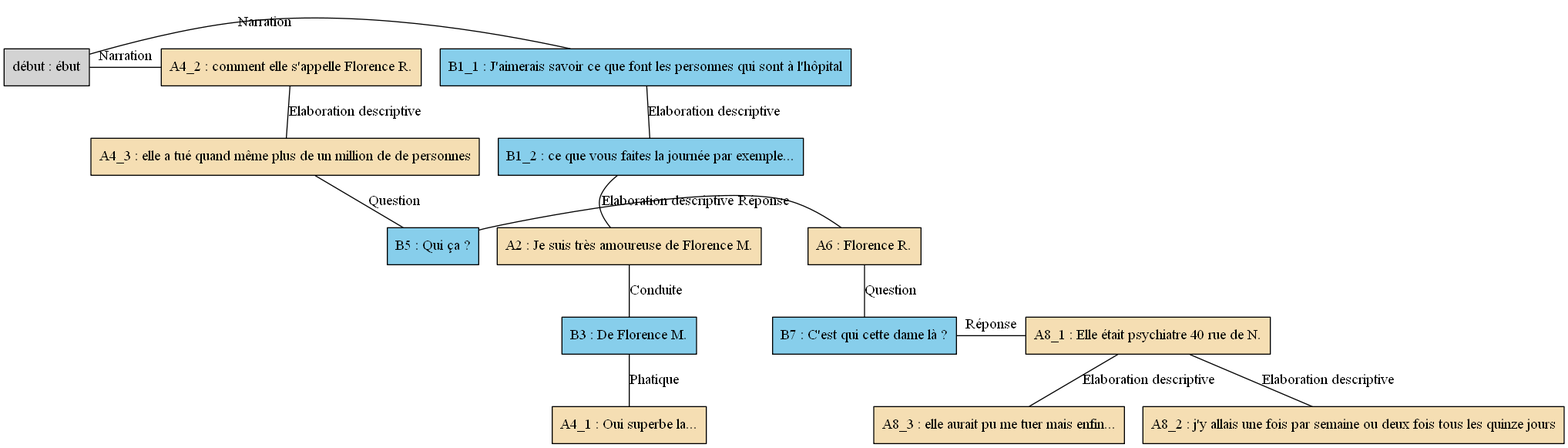
Before: arbres/Florence/Florence_-_A11.gv.png, a diagram exported from Graphviz (AlaixComet/AnnotationSlamPTut). Its source is kept beside it as arbres/Florence/Florence_-_A11.gv. Its diagram source:
```dot
digraph A11 {
	node [shape=box style=filled]
	"début" [label="début : ébut"]
	B1_1 [label="B1_1 : J'aimerais savoir ce que font les personnes qui sont à l'hôpital" fillcolor=skyblue]
	B1_2 [label="B1_2 : ce que vous faites la journée par exemple..." fillcolor=skyblue]
	A2 [label="A2 : Je suis très amoureuse de Florence M." fillcolor=wheat]
	B3 [label="B3 : De Florence M." fillcolor=skyblue]
	A4_1 [label="A4_1 : Oui superbe la..." fillcolor=wheat]
	A4_2 [label="A4_2 : comment elle s'appelle Florence R." fillcolor=wheat]
	A4_3 [label="A4_3 : elle a tué quand même plus de un million de de personnes" fillcolor=wheat]
	B5 [label="B5 : Qui ça ?" fillcolor=skyblue]
	A6 [label="A6 : Florence R." fillcolor=wheat]
	B7 [label="B7 : C'est qui cette dame là ?" fillcolor=skyblue]
	A8_1 [label="A8_1 : Elle était psychiatre 40 rue de N." fillcolor=wheat]
	A8_2 [label="A8_2 : j'y allais une fois par semaine ou deux fois tous les quinze jours" fillcolor=wheat]
	A8_3 [label="A8_3 : elle aurait pu me tuer mais enfin..." fillcolor=wheat]
	{
		rank=same
		"début"
		B1_1
		"début" -> B1_1 [label=Narration dir=none]
	}
	B1_1 -> B1_2 [label="Elaboration descriptive" dir=none]
	B1_2 -> A2 [label="Elaboration descriptive" dir=none]
	A2 -> B3 [label=Conduite dir=none]
	B3 -> A4_1 [label=Phatique dir=none]
	{
		rank=same
		"début"
		A4_2
		"début" -> A4_2 [label=Narration dir=none]
	}
	A4_2 -> A4_3 [label="Elaboration descriptive" dir=none]
	A4_3 -> B5 [label=Question dir=none]
	{
		rank=same
		B5
		A6
		B5 -> A6 [label="Réponse" dir=none]
	}
	A6 -> B7 [label=Question dir=none]
	{
		rank=same
		B7
		A8_1
		B7 -> A8_1 [label="Réponse" dir=none]
	}
	A8_1 -> A8_2 [label="Elaboration descriptive" dir=none]
	A8_1 -> A8_3 [label="Elaboration descriptive" dir=none]
}
```
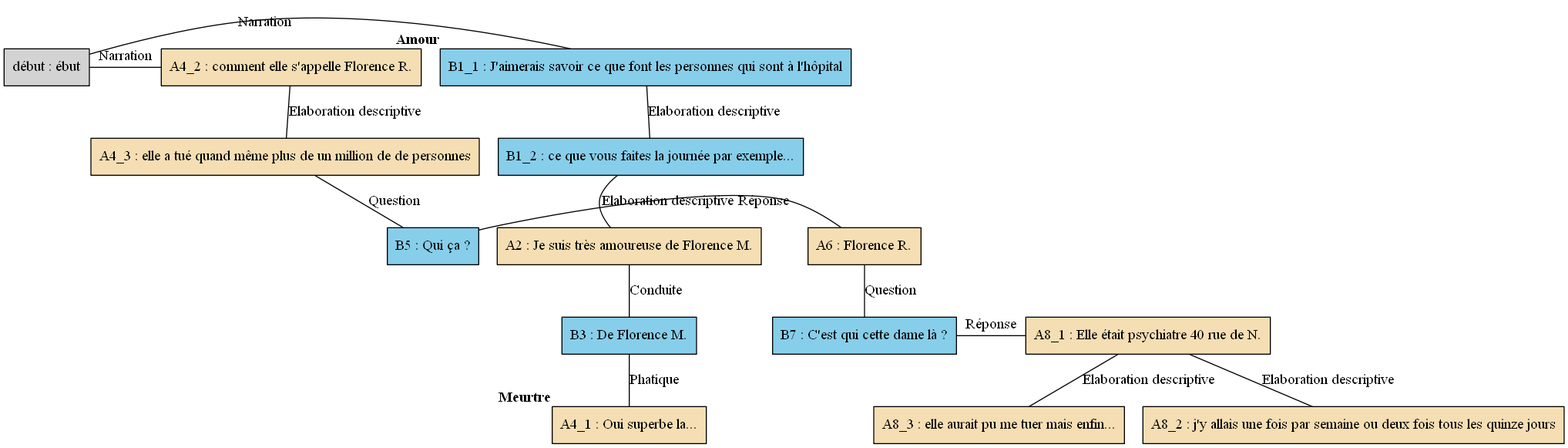
The same diagram one commit later.

The edit, as a diff of the source:
```diff
@@ -1,19 +1,19 @@
 digraph A11 {
 	node [shape=box style=filled]
-	"début" [label="début : ébut"]
-	B1_1 [label="B1_1 : J'aimerais savoir ce que font les personnes qui sont à l'hôpital" fillcolor=skyblue]
-	B1_2 [label="B1_2 : ce que vous faites la journée par exemple..." fillcolor=skyblue]
-	A2 [label="A2 : Je suis très amoureuse de Florence M." fillcolor=wheat]
-	B3 [label="B3 : De Florence M." fillcolor=skyblue]
-	A4_1 [label="A4_1 : Oui superbe la..." fillcolor=wheat]
-	A4_2 [label="A4_2 : comment elle s'appelle Florence R." fillcolor=wheat]
-	A4_3 [label="A4_3 : elle a tué quand même plus de un million de de personnes" fillcolor=wheat]
-	B5 [label="B5 : Qui ça ?" fillcolor=skyblue]
-	A6 [label="A6 : Florence R." fillcolor=wheat]
-	B7 [label="B7 : C'est qui cette dame là ?" fillcolor=skyblue]
-	A8_1 [label="A8_1 : Elle était psychiatre 40 rue de N." fillcolor=wheat]
-	A8_2 [label="A8_2 : j'y allais une fois par semaine ou deux fois tous les quinze jours" fillcolor=wheat]
-	A8_3 [label="A8_3 : elle aurait pu me tuer mais enfin..." fillcolor=wheat]
+	"début" [label="début : ébut" xlabel=""]
+	B1_1 [label="B1_1 : J'aimerais savoir ce que font les personnes qui sont à l'hôpital" fillcolor=skyblue xlabel=<<B>Amour</B>>]
+	B1_2 [label="B1_2 : ce que vous faites la journée par exemple..." fillcolor=skyblue xlabel=""]
+	A2 [label="A2 : Je suis très amoureuse de Florence M." fillcolor=wheat xlabel=""]
+	B3 [label="B3 : De Florence M." fillcolor=skyblue xlabel=""]
+	A4_1 [label="A4_1 : Oui superbe la..." fillcolor=wheat xlabel=<<B>Meurtre</B>>]
+	A4_2 [label="A4_2 : comment elle s'appelle Florence R." fillcolor=wheat xlabel=""]
+	A4_3 [label="A4_3 : elle a tué quand même plus de un million de de personnes" fillcolor=wheat xlabel=""]
+	B5 [label="B5 : Qui ça ?" fillcolor=skyblue xlabel=""]
+	A6 [label="A6 : Florence R." fillcolor=wheat xlabel=""]
+	B7 [label="B7 : C'est qui cette dame là ?" fillcolor=skyblue xlabel=""]
+	A8_1 [label="A8_1 : Elle était psychiatre 40 rue de N." fillcolor=wheat xlabel=""]
+	A8_2 [label="A8_2 : j'y allais une fois par semaine ou deux fois tous les quinze jours" fillcolor=wheat xlabel=""]
+	A8_3 [label="A8_3 : elle aurait pu me tuer mais enfin..." fillcolor=wheat xlabel=""]
 	{
 		rank=same
 		"début"
```
